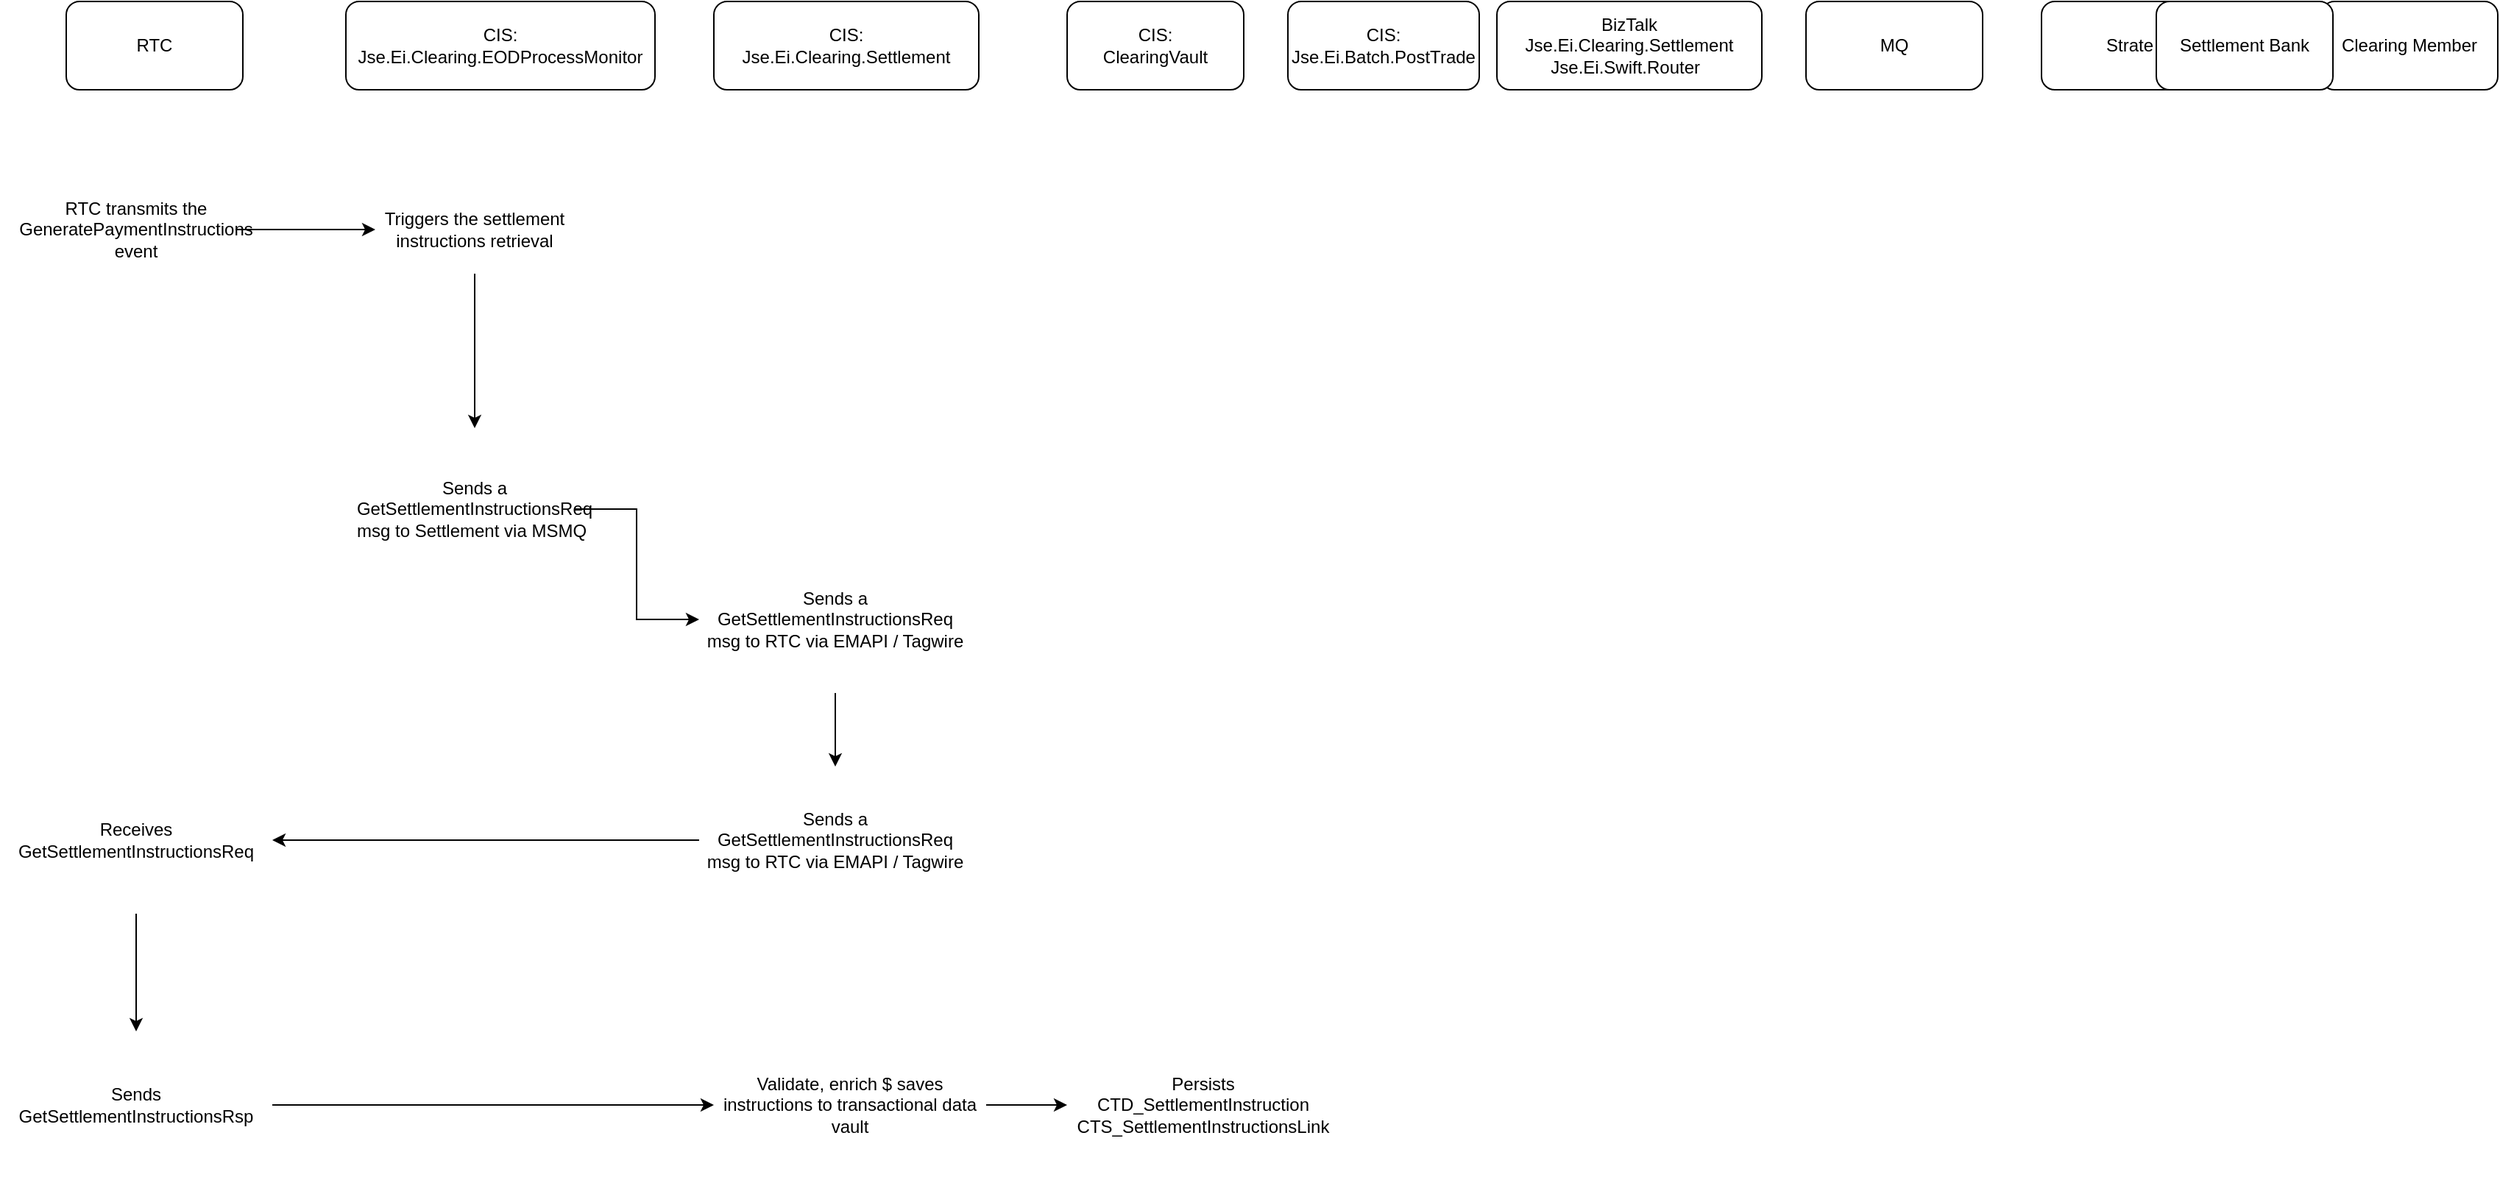
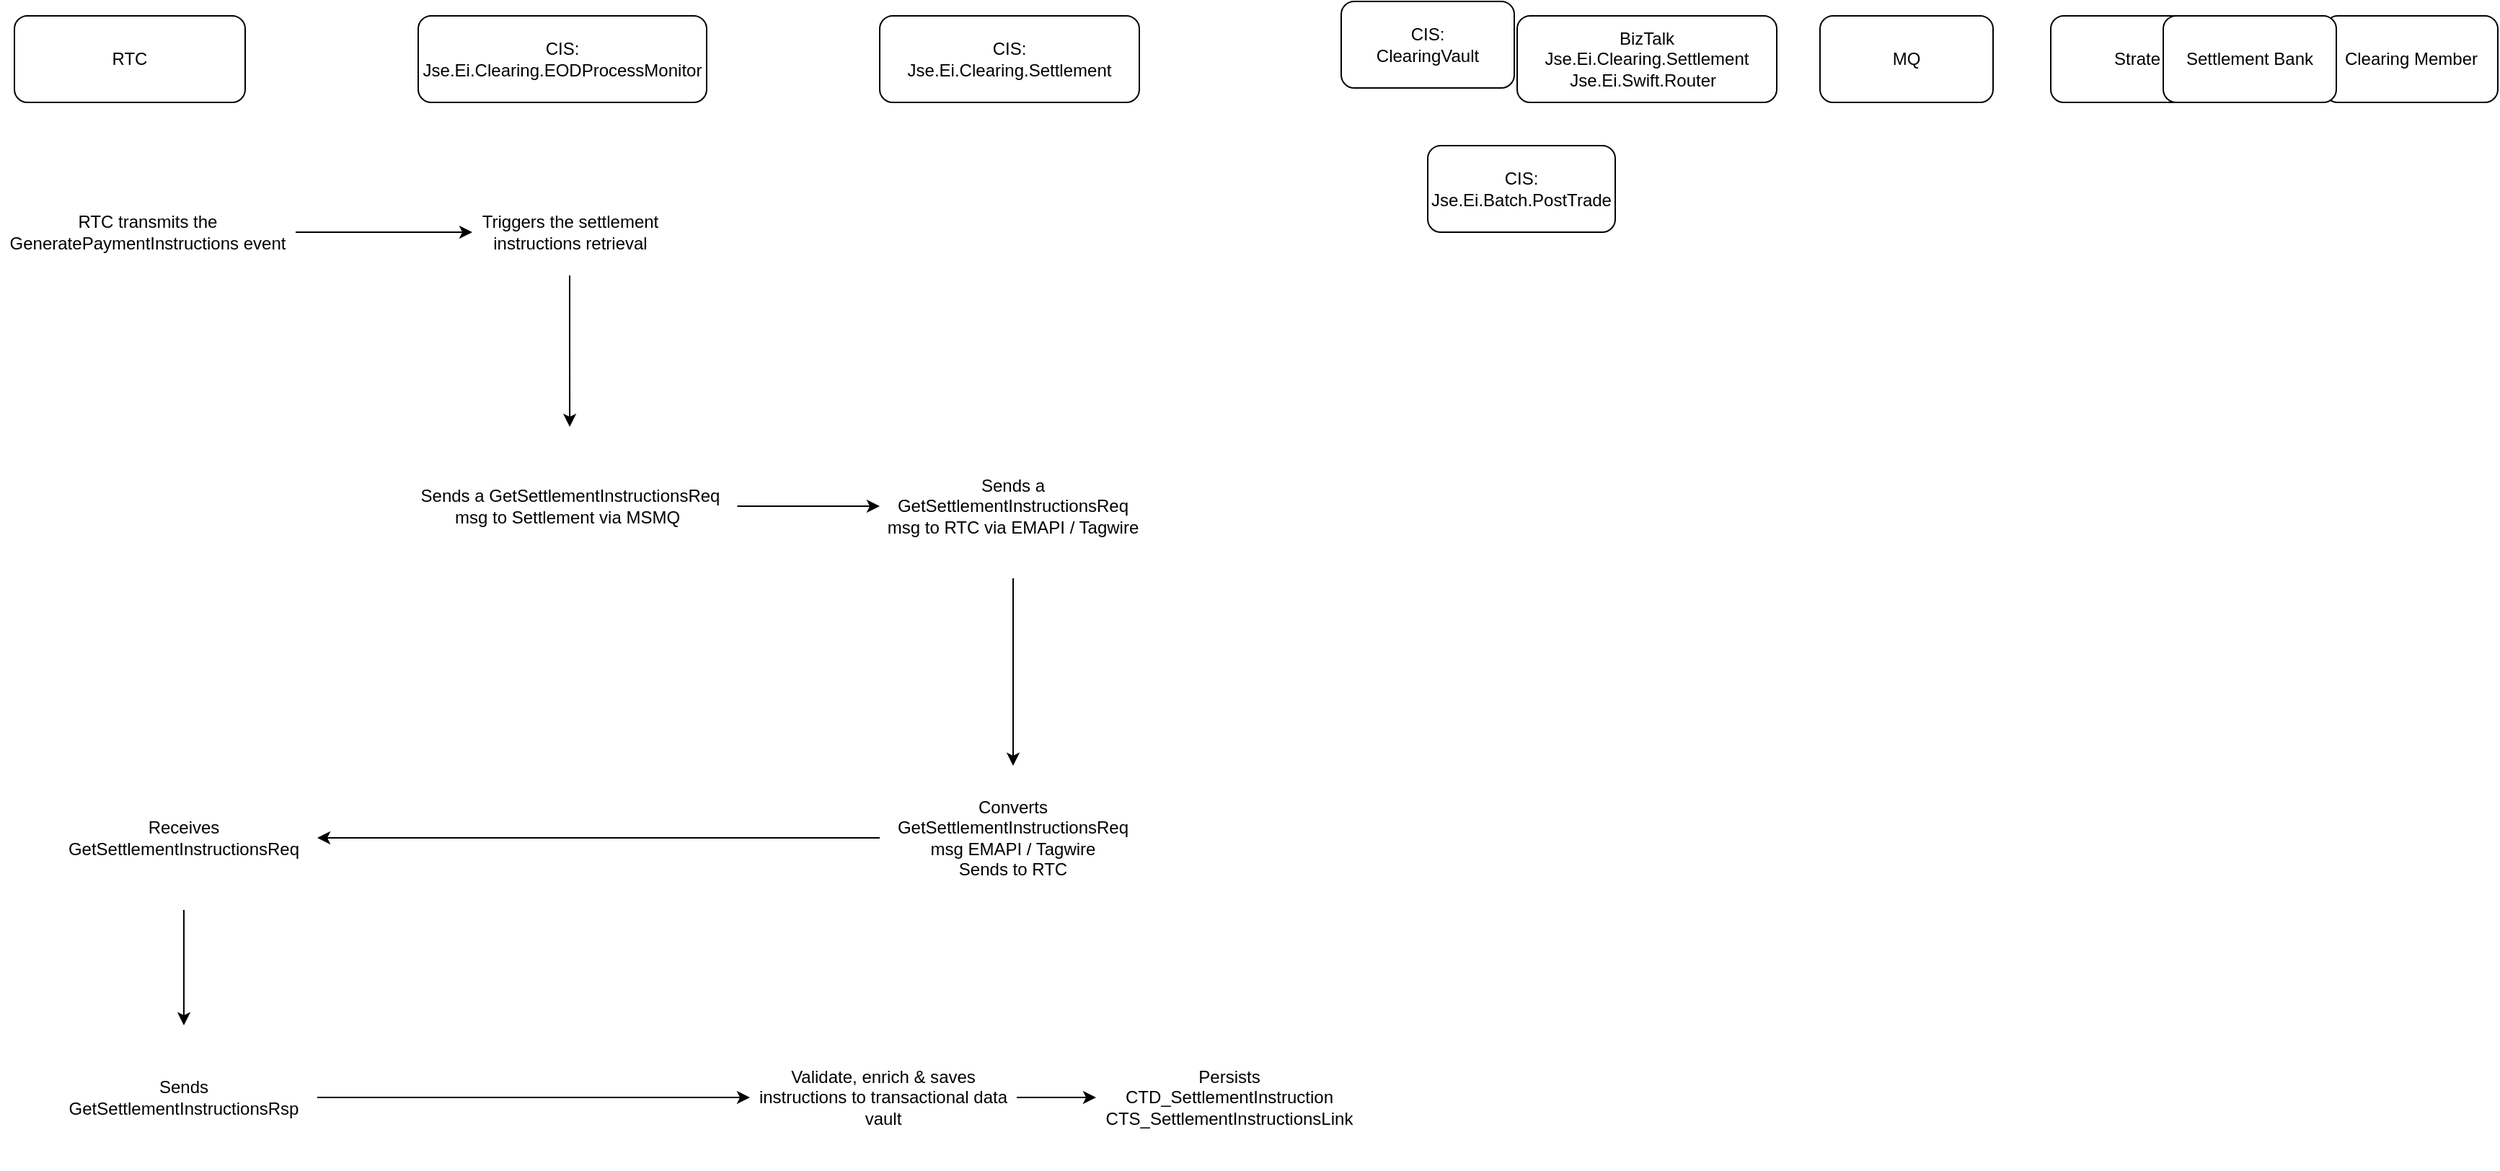
<mxfile host="app.diagrams.net">
-   <diagram name="Page-1" id="vidGpl-5MFJZR5KmYKjs">
-     <mxGraphModel dx="1406" dy="746" grid="1" gridSize="10" guides="1" tooltips="1" connect="1" arrows="1" fold="1" page="1" pageScale="1" pageWidth="850" pageHeight="1100" math="0" shadow="0">
+   <diagram name="GetSettementInstructions" id="vidGpl-5MFJZR5KmYKjs">
+     <mxGraphModel dx="2256" dy="746" grid="1" gridSize="10" guides="1" tooltips="1" connect="1" arrows="1" fold="1" page="1" pageScale="1" pageWidth="850" pageHeight="1100" math="0" shadow="0">
      <root>
        <mxCell id="0" />
        <mxCell id="1" parent="0" />
        <mxCell id="Y7hr2lu_-T20AjTg2ncd-1" parent="1" style="rounded=1;whiteSpace=wrap;html=1;" value="RTC" vertex="1">
-           <mxGeometry height="60" width="120" x="70" y="80" as="geometry" />
+           <mxGeometry height="60" width="160" y="80" as="geometry" />
        </mxCell>
        <mxCell id="Y7hr2lu_-T20AjTg2ncd-2" parent="1" style="rounded=1;whiteSpace=wrap;html=1;" value="CIS:&lt;div&gt;Jse.Ei.Clearing.Settlement&lt;/div&gt;" vertex="1">
-           <mxGeometry height="60" width="180" x="510" y="80" as="geometry" />
+           <mxGeometry height="60" width="180" x="600" y="80" as="geometry" />
        </mxCell>
        <mxCell id="Y7hr2lu_-T20AjTg2ncd-3" parent="1" style="rounded=1;whiteSpace=wrap;html=1;" value="CIS:&lt;div&gt;Jse.Ei.Clearing.EODProcessMonitor&lt;/div&gt;" vertex="1">
-           <mxGeometry height="60" width="210" x="260" y="80" as="geometry" />
+           <mxGeometry height="60" width="200" x="280" y="80" as="geometry" />
        </mxCell>
        <mxCell id="Y7hr2lu_-T20AjTg2ncd-4" parent="1" style="rounded=1;whiteSpace=wrap;html=1;" value="BizTalk&lt;div&gt;Jse.Ei.Clearing.Settlement&lt;/div&gt;&lt;div&gt;Jse.Ei.Swift.Router&lt;span style=&quot;white-space: pre;&quot;&gt;&#x9;&lt;/span&gt;&lt;/div&gt;" vertex="1">
          <mxGeometry height="60" width="180" x="1042" y="80" as="geometry" />
        </mxCell>
        <mxCell id="t7a2u7lnhrg4pLDZo-nx-1" parent="1" style="rounded=1;whiteSpace=wrap;html=1;" value="MQ" vertex="1">
          <mxGeometry height="60" width="120" x="1252" y="80" as="geometry" />
        </mxCell>
        <mxCell id="t7a2u7lnhrg4pLDZo-nx-2" parent="1" style="rounded=1;whiteSpace=wrap;html=1;" value="Strate" vertex="1">
          <mxGeometry height="60" width="120" x="1412" y="80" as="geometry" />
        </mxCell>
        <mxCell id="t7a2u7lnhrg4pLDZo-nx-3" parent="1" style="rounded=1;whiteSpace=wrap;html=1;" value="Clearing Member" vertex="1">
          <mxGeometry height="60" width="120" x="1602" y="80" as="geometry" />
        </mxCell>
        <mxCell id="t7a2u7lnhrg4pLDZo-nx-4" parent="1" style="rounded=1;whiteSpace=wrap;html=1;" value="Settlement Bank" vertex="1">
          <mxGeometry height="60" width="120" x="1490" y="80" as="geometry" />
        </mxCell>
        <mxCell id="t7a2u7lnhrg4pLDZo-nx-16" edge="1" parent="1" source="t7a2u7lnhrg4pLDZo-nx-14" style="edgeStyle=orthogonalEdgeStyle;rounded=0;orthogonalLoop=1;jettySize=auto;html=1;" target="t7a2u7lnhrg4pLDZo-nx-15" value="">
          <mxGeometry relative="1" as="geometry" />
        </mxCell>
        <mxCell id="t7a2u7lnhrg4pLDZo-nx-14" parent="1" style="text;html=1;whiteSpace=wrap;strokeColor=none;fillColor=none;align=center;verticalAlign=middle;rounded=0;" value="RTC transmits the GeneratePaymentInstructions event" vertex="1">
-           <mxGeometry height="110" width="135" x="50" y="180" as="geometry" />
+           <mxGeometry height="110" width="205" x="-10" y="175" as="geometry" />
        </mxCell>
        <mxCell id="t7a2u7lnhrg4pLDZo-nx-18" edge="1" parent="1" source="t7a2u7lnhrg4pLDZo-nx-15" style="edgeStyle=orthogonalEdgeStyle;rounded=0;orthogonalLoop=1;jettySize=auto;html=1;" target="t7a2u7lnhrg4pLDZo-nx-17" value="">
          <mxGeometry relative="1" as="geometry" />
        </mxCell>
        <mxCell id="t7a2u7lnhrg4pLDZo-nx-15" parent="1" style="text;html=1;whiteSpace=wrap;strokeColor=none;fillColor=none;align=center;verticalAlign=middle;rounded=0;" value="Triggers the settlement instructions retrieval" vertex="1">
-           <mxGeometry height="60" width="135" x="280" y="205" as="geometry" />
+           <mxGeometry height="60" width="135" x="317.5" y="200" as="geometry" />
        </mxCell>
        <mxCell id="t7a2u7lnhrg4pLDZo-nx-20" edge="1" parent="1" source="t7a2u7lnhrg4pLDZo-nx-17" style="edgeStyle=orthogonalEdgeStyle;rounded=0;orthogonalLoop=1;jettySize=auto;html=1;" target="t7a2u7lnhrg4pLDZo-nx-19" value="">
          <mxGeometry relative="1" as="geometry" />
        </mxCell>
        <mxCell id="t7a2u7lnhrg4pLDZo-nx-17" parent="1" style="text;html=1;whiteSpace=wrap;strokeColor=none;fillColor=none;align=center;verticalAlign=middle;rounded=0;labelBackgroundColor=light-dark(default, #1c1c1c);" value="Sends a GetSettlementInstructionsReq msg to Settlement via MSMQ&lt;span style=&quot;white-space: pre;&quot;&gt;&#x9;&lt;/span&gt;" vertex="1">
-           <mxGeometry height="110" width="135" x="280" y="370" as="geometry" />
+           <mxGeometry height="110" width="232.5" x="268.75" y="365" as="geometry" />
        </mxCell>
        <mxCell id="t7a2u7lnhrg4pLDZo-nx-23" edge="1" parent="1" source="t7a2u7lnhrg4pLDZo-nx-19" style="edgeStyle=orthogonalEdgeStyle;rounded=0;orthogonalLoop=1;jettySize=auto;html=1;" target="t7a2u7lnhrg4pLDZo-nx-22" value="">
          <mxGeometry relative="1" as="geometry" />
        </mxCell>
        <mxCell id="t7a2u7lnhrg4pLDZo-nx-19" parent="1" style="text;html=1;whiteSpace=wrap;strokeColor=none;fillColor=none;align=center;verticalAlign=middle;rounded=0;labelBackgroundColor=light-dark(default, #1c1c1c);" value="Sends a GetSettlementInstructionsReq msg to RTC via EMAPI / Tagwire" vertex="1">
-           <mxGeometry height="100" width="185" x="500" y="450" as="geometry" />
+           <mxGeometry height="100" width="185" x="600" y="370" as="geometry" />
        </mxCell>
        <mxCell id="t7a2u7lnhrg4pLDZo-nx-21" parent="1" style="rounded=1;whiteSpace=wrap;html=1;" value="CIS:&lt;div&gt;ClearingVault&lt;/div&gt;" vertex="1">
-           <mxGeometry height="60" width="120" x="750" y="80" as="geometry" />
+           <mxGeometry height="60" width="120" x="920" y="70" as="geometry" />
        </mxCell>
        <mxCell id="t7a2u7lnhrg4pLDZo-nx-26" edge="1" parent="1" source="t7a2u7lnhrg4pLDZo-nx-22" style="edgeStyle=orthogonalEdgeStyle;rounded=0;orthogonalLoop=1;jettySize=auto;html=1;" target="t7a2u7lnhrg4pLDZo-nx-25" value="">
          <mxGeometry relative="1" as="geometry" />
        </mxCell>
-         <mxCell id="t7a2u7lnhrg4pLDZo-nx-22" parent="1" style="text;html=1;whiteSpace=wrap;strokeColor=none;fillColor=none;align=center;verticalAlign=middle;rounded=0;labelBackgroundColor=light-dark(default, #1c1c1c);" value="Sends a GetSettlementInstructionsReq msg to RTC via EMAPI / Tagwire" vertex="1">
-           <mxGeometry height="100" width="185" x="500" y="600" as="geometry" />
+         <mxCell id="t7a2u7lnhrg4pLDZo-nx-22" parent="1" style="text;html=1;whiteSpace=wrap;strokeColor=none;fillColor=none;align=center;verticalAlign=middle;rounded=0;labelBackgroundColor=light-dark(default, #1c1c1c);" value="Converts GetSettlementInstructionsReq msg EMAPI / Tagwire&lt;div&gt;Sends to RTC&lt;/div&gt;" vertex="1">
+           <mxGeometry height="100" width="185" x="600" y="600" as="geometry" />
        </mxCell>
        <mxCell id="t7a2u7lnhrg4pLDZo-nx-24" parent="1" style="rounded=1;whiteSpace=wrap;html=1;" value="CIS:&lt;div&gt;Jse.Ei.Batch.PostTrade&lt;/div&gt;" vertex="1">
-           <mxGeometry height="60" width="130" x="900" y="80" as="geometry" />
+           <mxGeometry height="60" width="130" x="980" y="170" as="geometry" />
        </mxCell>
        <mxCell id="t7a2u7lnhrg4pLDZo-nx-28" edge="1" parent="1" source="t7a2u7lnhrg4pLDZo-nx-25" style="edgeStyle=orthogonalEdgeStyle;rounded=0;orthogonalLoop=1;jettySize=auto;html=1;" target="t7a2u7lnhrg4pLDZo-nx-27" value="">
          <mxGeometry relative="1" as="geometry" />
        </mxCell>
        <mxCell id="t7a2u7lnhrg4pLDZo-nx-25" parent="1" style="text;html=1;whiteSpace=wrap;strokeColor=none;fillColor=none;align=center;verticalAlign=middle;rounded=0;labelBackgroundColor=light-dark(default, #1c1c1c);" value="Receives GetSettlementInstructionsReq" vertex="1">
          <mxGeometry height="100" width="185" x="25" y="600" as="geometry" />
        </mxCell>
        <mxCell id="t7a2u7lnhrg4pLDZo-nx-30" edge="1" parent="1" source="t7a2u7lnhrg4pLDZo-nx-27" style="edgeStyle=orthogonalEdgeStyle;rounded=0;orthogonalLoop=1;jettySize=auto;html=1;" target="t7a2u7lnhrg4pLDZo-nx-29" value="">
          <mxGeometry relative="1" as="geometry" />
        </mxCell>
        <mxCell id="t7a2u7lnhrg4pLDZo-nx-27" parent="1" style="text;html=1;whiteSpace=wrap;strokeColor=none;fillColor=none;align=center;verticalAlign=middle;rounded=0;labelBackgroundColor=light-dark(default, #1c1c1c);" value="Sends GetSettlementInstructionsRsp" vertex="1">
          <mxGeometry height="100" width="185" x="25" y="780" as="geometry" />
        </mxCell>
        <mxCell id="t7a2u7lnhrg4pLDZo-nx-32" edge="1" parent="1" source="t7a2u7lnhrg4pLDZo-nx-29" style="edgeStyle=orthogonalEdgeStyle;rounded=0;orthogonalLoop=1;jettySize=auto;html=1;" target="t7a2u7lnhrg4pLDZo-nx-31" value="">
          <mxGeometry relative="1" as="geometry" />
        </mxCell>
-         <mxCell id="t7a2u7lnhrg4pLDZo-nx-29" parent="1" style="text;html=1;whiteSpace=wrap;strokeColor=none;fillColor=none;align=center;verticalAlign=middle;rounded=0;labelBackgroundColor=light-dark(default, #1c1c1c);" value="&lt;div&gt;Validate, enrich $ s&lt;span style=&quot;background-color: initial; color: light-dark(rgb(0, 0, 0), rgb(255, 255, 255));&quot;&gt;aves instructions to transactional data vault&lt;/span&gt;&lt;/div&gt;" vertex="1">
+         <mxCell id="t7a2u7lnhrg4pLDZo-nx-29" parent="1" style="text;html=1;whiteSpace=wrap;strokeColor=none;fillColor=none;align=center;verticalAlign=middle;rounded=0;labelBackgroundColor=light-dark(default, #1c1c1c);" value="&lt;div&gt;Validate, enrich &amp;amp; s&lt;span style=&quot;background-color: initial; color: light-dark(rgb(0, 0, 0), rgb(255, 255, 255));&quot;&gt;aves instructions to transactional data vault&lt;/span&gt;&lt;/div&gt;" vertex="1">
          <mxGeometry height="100" width="185" x="510" y="780" as="geometry" />
        </mxCell>
        <mxCell id="t7a2u7lnhrg4pLDZo-nx-31" parent="1" style="text;html=1;whiteSpace=wrap;strokeColor=none;fillColor=none;align=center;verticalAlign=middle;rounded=0;labelBackgroundColor=light-dark(default, #1c1c1c);" value="Persists&lt;div&gt;CTD_SettlementInstruction&lt;/div&gt;&lt;div&gt;CTS_SettlementInstructionsLink&lt;/div&gt;" vertex="1">
          <mxGeometry height="100" width="185" x="750" y="780" as="geometry" />
        </mxCell>
      </root>
    </mxGraphModel>
  </diagram>
</mxfile>
